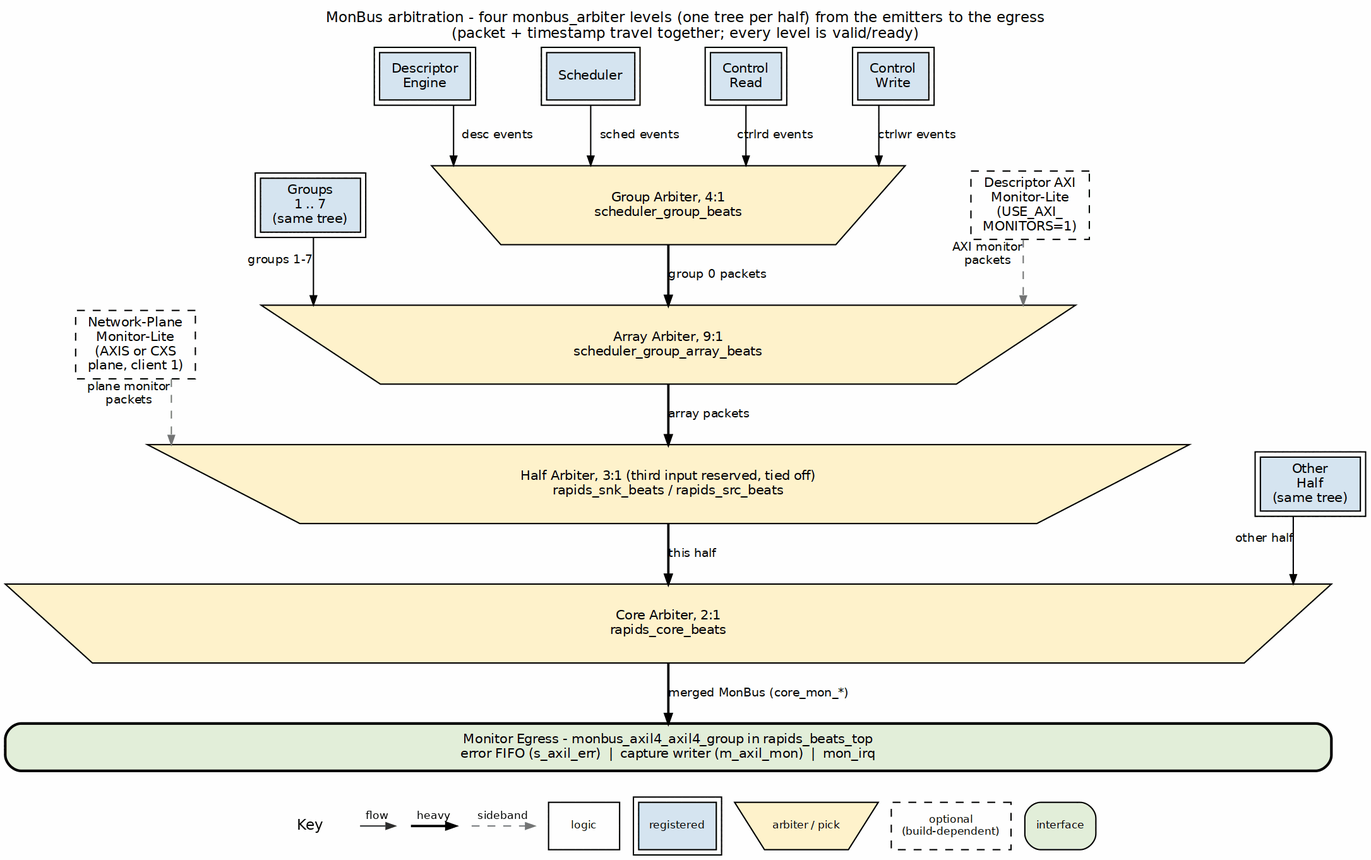
Before: projects/components/dma-ip/rapids/docs/rapids_beats_has/assets/graphviz/ch03_monbus_arbitration.png, a diagram exported from Graphviz (sean-galloway/RTLDesignSherpa). Its source is kept beside it as projects/components/dma-ip/rapids/docs/rapids_beats_has/assets/graphviz/ch03_monbus_arbitration.dot.
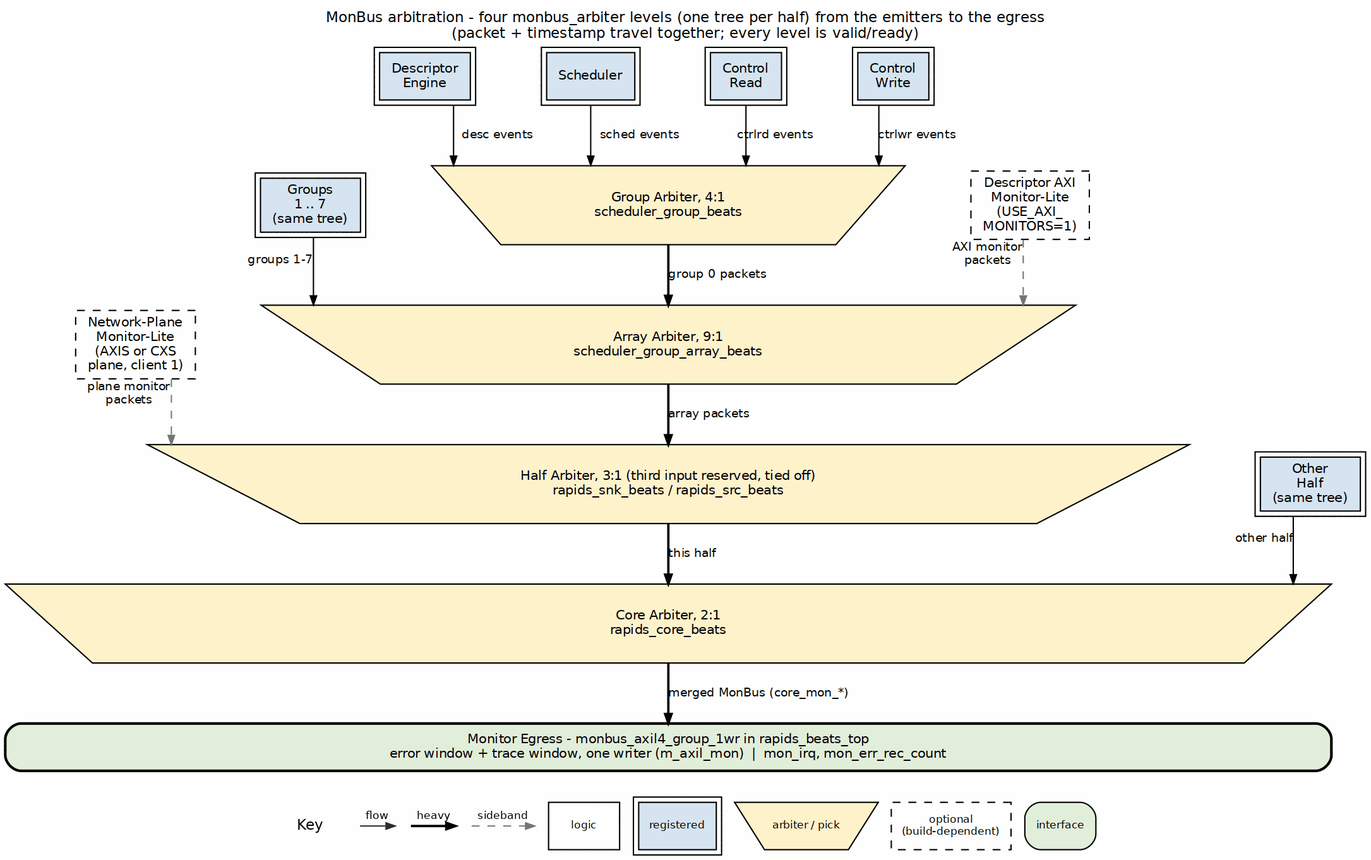
After the commit.

The edit, as a diff of the source:
```diff
@@ -23,7 +23,7 @@
     oth [label="Other\nHalf\n(same tree)", peripheries=2, style="filled", fillcolor="#D6E4F0"];
     t4  [label="Core Arbiter, 2:1\nrapids_core_beats", shape=polygon, sides=4, distortion=0.10, width=14.0, group=C, fillcolor="#BFD7EE", style="filled", fillcolor="#FFF2CC"];
 
-    bar [label="Monitor Egress - monbus_axil4_axil4_group in rapids_beats_top\nerror FIFO (s_axil_err)  |  capture writer (m_axil_mon)  |  mon_irq", fillcolor="white", width=14.0, group=C, style="rounded,filled,bold", fillcolor="#E2EFDA"];
+    bar [label="Monitor Egress - monbus_axil4_group_1wr in rapids_beats_top\nerror window + trace window, one writer (m_axil_mon)  |  mon_irq, mon_err_rec_count", fillcolor="white", width=14.0, group=C, style="rounded,filled,bold", fillcolor="#E2EFDA"];
 
     de -> t1 [label="desc events"];
     sc -> t1 [label="sched events"];
```
